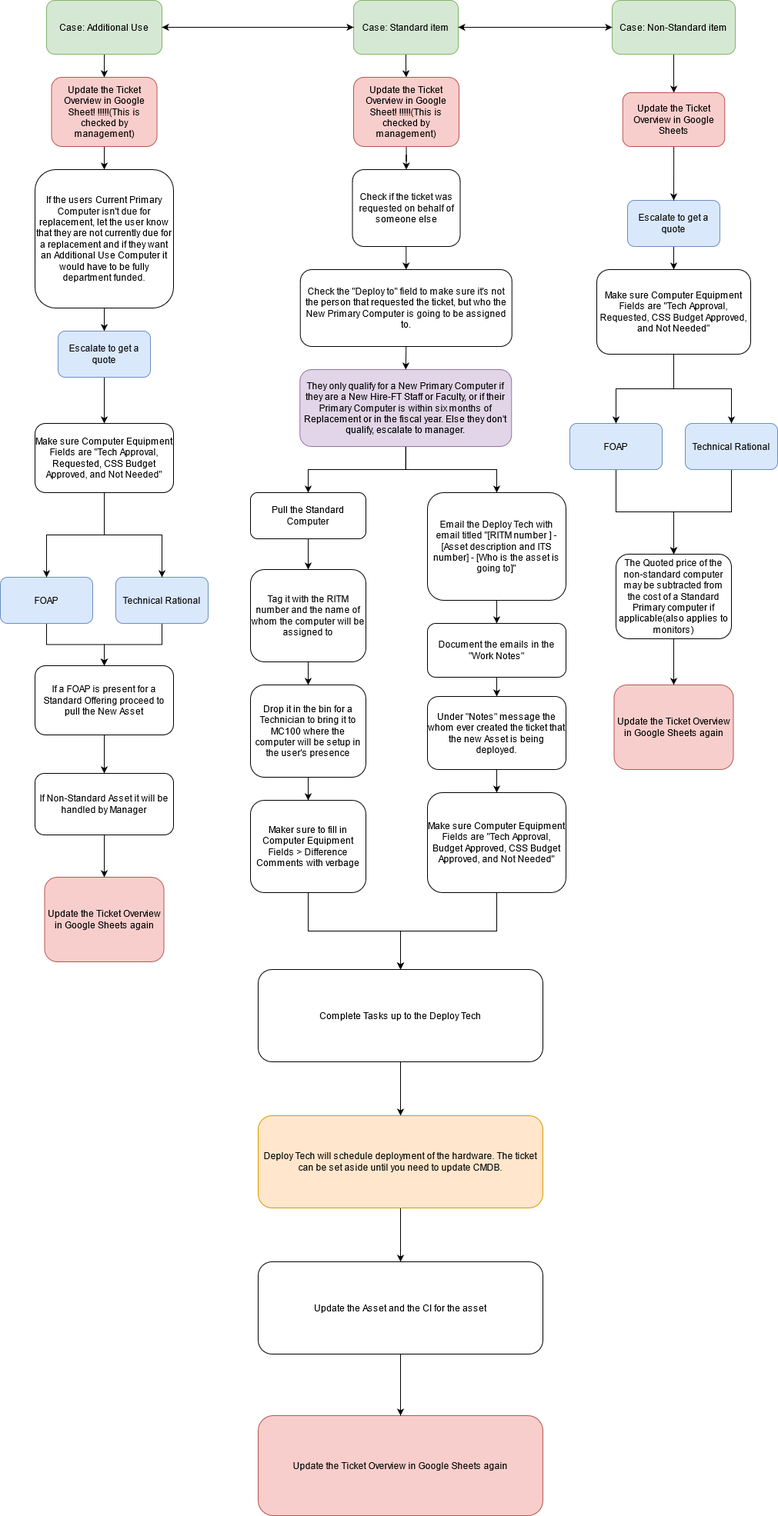
This is Untitled Diagram.drawio.png from KevinWongCS/USFUSF, a draw.io export, as it was before one commit. Source tidied: cells renumbered, new cells last; positions are measured from the earlier drawing's top-left corner, leaving out a move shared by most shapes.
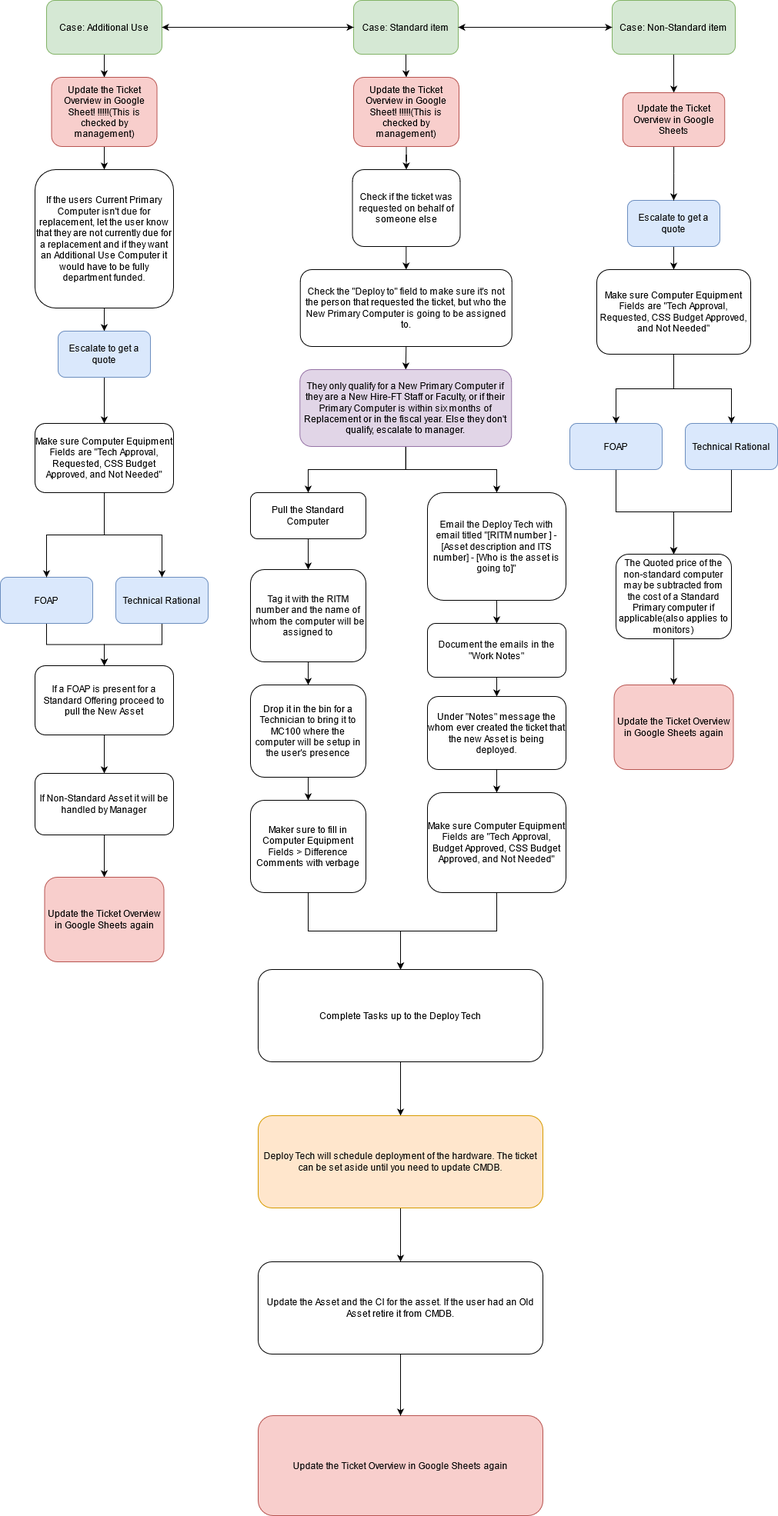
The same file after the commit.

Change to the diagram source:
```diff
@@ -154,7 +154,7 @@
     <mxCell id="51" style="edgeStyle=orthogonalEdgeStyle;rounded=0;jettySize=auto;html=1;" parent="1" edge="1" source="52" target="47">
       <mxGeometry relative="1" as="geometry" />
     </mxCell>
-    <mxCell id="52" value="Update the Asset and the CI for the asset " style="rounded=1;whiteSpace=wrap;html=1;" parent="1" vertex="1">
+    <mxCell id="52" value="Update the Asset and the CI for the asset. If the user had an Old Asset retire it from CMDB." style="rounded=1;whiteSpace=wrap;html=1;" parent="1" vertex="1">
       <mxGeometry x="335" y="1640" width="370" height="120" as="geometry" />
     </mxCell>
     <mxCell id="53" style="endArrow=classic;startArrow=classic;html=1;rounded=0;entryX=0;entryY=0.5;entryDx=0;entryDy=0;exitX=1;exitY=0.5;exitDx=0;exitDy=0;" parent="1" edge="1" source="3" target="34">
```
